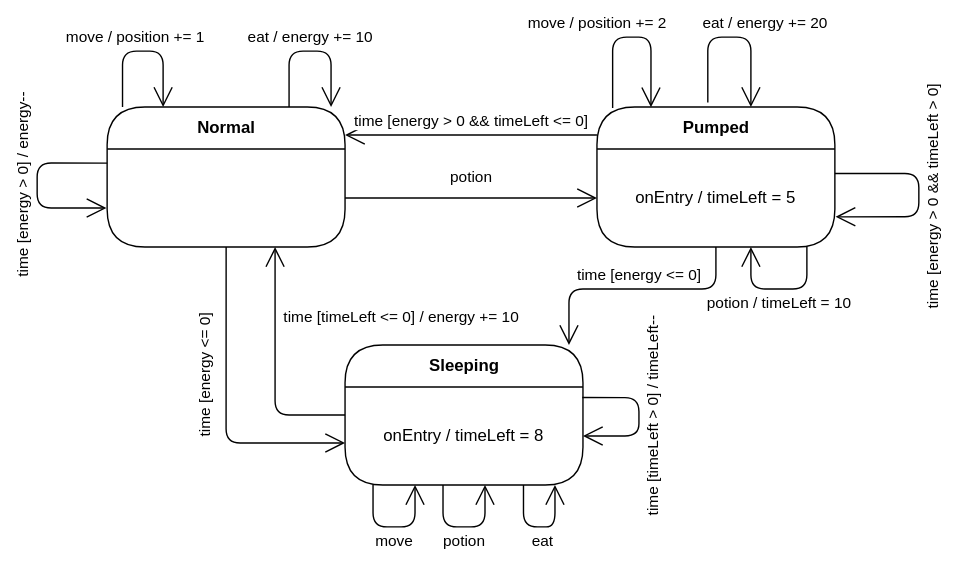
The draw.io diagram images/uml/state-state.svg in arestivo/designpatterns-hero, before a commit. Source tidied: cells renumbered, new cells last; positions are measured from the earlier drawing's top-left corner, leaving out a move shared by most shapes. Source of this version:
```xml
<mxGraphModel>
  <root>
    <mxCell id="0" />
    <mxCell id="1" parent="0" />
    <mxCell id="2" value="time [energy &amp;lt;= 0]" style="edgeStyle=orthogonalEdgeStyle;rounded=1;jettySize=auto;html=1;startSize=12;endArrow=open;endFill=0;endSize=12;horizontal=0;" parent="1" edge="1" target="15">
      <mxGeometry x="-0.18" y="-15" relative="1" as="geometry">
        <mxPoint x="135" y="150" as="sourcePoint" />
        <Array as="points">
          <mxPoint x="135" y="290" />
        </Array>
      </mxGeometry>
    </mxCell>
    <mxCell id="3" value="potion" style="edgeStyle=orthogonalEdgeStyle;rounded=1;jettySize=auto;html=1;startSize=12;endArrow=open;endFill=0;endSize=12;" parent="1" edge="1" target="8">
      <mxGeometry y="15" relative="1" as="geometry">
        <mxPoint x="220" y="115" as="sourcePoint" />
      </mxGeometry>
    </mxCell>
    <mxCell id="4" value="move / position += 1" style="edgeStyle=orthogonalEdgeStyle;rounded=1;orthogonalLoop=1;jettySize=auto;html=1;endArrow=open;endFill=0;endSize=12;startSize=12;" parent="1" edge="1" source="11" target="11">
      <mxGeometry x="-0.1" y="10" relative="1" as="geometry">
        <Array as="points">
          <mxPoint x="61" y="10" />
          <mxPoint x="90" y="10" />
        </Array>
      </mxGeometry>
    </mxCell>
    <mxCell id="5" value="eat / energy += 10" style="edgeStyle=orthogonalEdgeStyle;rounded=1;orthogonalLoop=1;jettySize=auto;html=1;endArrow=open;endFill=0;endSize=12;startSize=12;" parent="1" edge="1" source="11" target="11">
      <mxGeometry y="10" relative="1" as="geometry">
        <Array as="points">
          <mxPoint x="180" y="10" />
          <mxPoint x="210" y="10" />
        </Array>
      </mxGeometry>
    </mxCell>
    <mxCell id="6" value="time [energy &amp;gt; 0 &amp;amp;&amp;amp; timeLeft &amp;lt;= 0]" style="edgeStyle=orthogonalEdgeStyle;rounded=1;jettySize=auto;html=1;startSize=12;endArrow=open;endFill=0;endSize=12;" parent="1" edge="1" source="7" target="11">
      <mxGeometry y="-10" relative="1" as="geometry">
        <Array as="points">
          <mxPoint x="310" y="70" />
          <mxPoint x="310" y="70" />
        </Array>
      </mxGeometry>
    </mxCell>
    <mxCell id="7" value="Pumped" style="swimlane;html=1;fontStyle=1;align=center;verticalAlign=middle;horizontal=1;startSize=30;rounded=1;arcSize=30;swimlaneFillColor=none;" parent="1" vertex="1">
      <mxGeometry x="400" y="50" width="170" height="100" as="geometry" />
    </mxCell>
    <mxCell id="8" value="onEntry / timeLeft = 5" style="text;html=1;align=center;verticalAlign=middle;spacingLeft=4;spacingRight=4;whiteSpace=wrap;overflow=hidden;" parent="7" vertex="1">
      <mxGeometry y="30" width="170" height="70" as="geometry" />
    </mxCell>
    <mxCell id="9" value="time [energy &amp;gt; 0 &amp;amp;&amp;amp; timeLeft &amp;gt; 0]" style="edgeStyle=orthogonalEdgeStyle;rounded=1;orthogonalLoop=1;jettySize=auto;html=1;startSize=12;endArrow=open;endFill=0;endSize=12;horizontal=0;exitX=1;exitY=0.25;exitDx=0;exitDy=0;entryX=1.003;entryY=0.692;entryDx=0;entryDy=0;entryPerimeter=0;" parent="7" edge="1" source="8" target="8">
      <mxGeometry x="0.02" y="10" relative="1" as="geometry">
        <Array as="points">
          <mxPoint x="230" y="48" />
          <mxPoint x="230" y="78" />
          <mxPoint x="171" y="78" />
        </Array>
      </mxGeometry>
    </mxCell>
    <mxCell id="10" value="potion / timeLeft = 10" style="edgeStyle=orthogonalEdgeStyle;rounded=1;orthogonalLoop=1;jettySize=auto;html=1;startSize=12;endArrow=open;endFill=0;endSize=12;" parent="7" edge="1" source="8" target="8">
      <mxGeometry y="10" relative="1" as="geometry">
        <Array as="points">
          <mxPoint x="150" y="130" />
          <mxPoint x="110" y="130" />
        </Array>
      </mxGeometry>
    </mxCell>
    <mxCell id="11" value="Normal" style="swimlane;html=1;fontStyle=1;align=center;verticalAlign=middle;horizontal=1;startSize=30;rounded=1;arcSize=30;swimlaneFillColor=none;" parent="1" vertex="1">
      <mxGeometry x="50" y="50" width="170" height="100" as="geometry" />
    </mxCell>
    <mxCell id="12" value="time [energy &amp;gt; 0] / energy--" style="edgeStyle=orthogonalEdgeStyle;rounded=1;orthogonalLoop=1;jettySize=auto;html=1;startSize=12;endArrow=open;endFill=0;endSize=12;entryX=-0.003;entryY=0.602;entryDx=0;entryDy=0;horizontal=0;entryPerimeter=0;" parent="11" edge="1">
      <mxGeometry y="-10" relative="1" as="geometry">
        <mxPoint y="40" as="sourcePoint" />
        <mxPoint x="-0.5" y="72.1" as="targetPoint" />
        <Array as="points">
          <mxPoint x="-50" y="40" />
          <mxPoint x="-50" y="72" />
        </Array>
      </mxGeometry>
    </mxCell>
    <mxCell id="13" value="time [timeLeft &amp;lt;= 0] / energy += 10" style="edgeStyle=orthogonalEdgeStyle;rounded=1;jettySize=auto;html=1;startSize=12;endArrow=open;endFill=0;endSize=12;horizontal=1;" parent="1" edge="1" source="14">
      <mxGeometry x="-1" y="-81" relative="1" as="geometry">
        <mxPoint x="170" y="150" as="targetPoint" />
        <Array as="points">
          <mxPoint x="170" y="270" />
        </Array>
        <mxPoint x="40" y="11" as="offset" />
      </mxGeometry>
    </mxCell>
    <mxCell id="14" value="Sleeping" style="swimlane;html=1;fontStyle=1;align=center;verticalAlign=middle;horizontal=1;startSize=30;rounded=1;arcSize=30;swimlaneFillColor=none;" parent="1" vertex="1">
      <mxGeometry x="220" y="220" width="170" height="100" as="geometry" />
    </mxCell>
    <mxCell id="15" value="onEntry / timeLeft = 8" style="text;html=1;align=center;verticalAlign=middle;spacingLeft=4;spacingRight=4;whiteSpace=wrap;overflow=hidden;" parent="14" vertex="1">
      <mxGeometry y="30" width="170" height="70" as="geometry" />
    </mxCell>
    <mxCell id="16" value="move" style="edgeStyle=orthogonalEdgeStyle;rounded=1;orthogonalLoop=1;jettySize=auto;html=1;startSize=12;endArrow=open;endFill=0;endSize=12;" parent="14" edge="1" source="15" target="15">
      <mxGeometry y="-10" relative="1" as="geometry">
        <Array as="points">
          <mxPoint x="20" y="130" />
          <mxPoint x="50" y="130" />
        </Array>
      </mxGeometry>
    </mxCell>
    <mxCell id="17" value="potion" style="edgeStyle=orthogonalEdgeStyle;rounded=1;orthogonalLoop=1;jettySize=auto;html=1;startSize=12;endArrow=open;endFill=0;endSize=12;" parent="14" edge="1" source="15" target="15">
      <mxGeometry y="-10" relative="1" as="geometry">
        <Array as="points">
          <mxPoint x="70" y="130" />
          <mxPoint x="100" y="130" />
        </Array>
      </mxGeometry>
    </mxCell>
    <mxCell id="18" value="time [timeLeft &amp;gt; 0] / timeLeft--" style="edgeStyle=orthogonalEdgeStyle;rounded=1;orthogonalLoop=1;jettySize=auto;html=1;startSize=12;endArrow=open;endFill=0;endSize=12;horizontal=0;exitX=0.997;exitY=0.108;exitDx=0;exitDy=0;exitPerimeter=0;" parent="14" edge="1" source="15" target="15">
      <mxGeometry y="10" relative="1" as="geometry">
        <Array as="points">
          <mxPoint x="210" y="65" />
        </Array>
      </mxGeometry>
    </mxCell>
    <mxCell id="19" value="eat" style="edgeStyle=orthogonalEdgeStyle;rounded=1;jettySize=auto;html=1;exitX=0.75;exitY=1;exitDx=0;exitDy=0;startSize=12;endArrow=open;endFill=0;endSize=12;" parent="14" edge="1" source="15">
      <mxGeometry x="0.03" y="-10" relative="1" as="geometry">
        <mxPoint x="150" y="100" as="targetPoint" />
        <Array as="points">
          <mxPoint x="127" y="130" />
          <mxPoint x="150" y="130" />
        </Array>
      </mxGeometry>
    </mxCell>
    <mxCell id="20" value="time [energy &amp;lt;= 0]" style="edgeStyle=orthogonalEdgeStyle;rounded=1;jettySize=auto;html=1;startSize=12;endArrow=open;endFill=0;endSize=12;" parent="1" edge="1" source="8" target="14">
      <mxGeometry x="-0.03" y="-10" relative="1" as="geometry">
        <Array as="points">
          <mxPoint x="485" y="180" />
          <mxPoint x="380" y="180" />
        </Array>
      </mxGeometry>
    </mxCell>
    <mxCell id="21" value="move / position += 2" style="edgeStyle=orthogonalEdgeStyle;rounded=1;orthogonalLoop=1;jettySize=auto;html=1;startSize=12;endArrow=open;endFill=0;endSize=12;exitX=0.066;exitY=0.007;exitDx=0;exitDy=0;exitPerimeter=0;entryX=0.227;entryY=0.001;entryDx=0;entryDy=0;entryPerimeter=0;" parent="1" edge="1" source="7" target="7">
      <mxGeometry x="-0.21" y="15" relative="1" as="geometry">
        <Array as="points">
          <mxPoint x="411" />
          <mxPoint x="439" />
        </Array>
        <mxPoint x="-11" y="5" as="offset" />
      </mxGeometry>
    </mxCell>
    <mxCell id="22" value="eat / energy += 20" style="edgeStyle=orthogonalEdgeStyle;rounded=1;orthogonalLoop=1;jettySize=auto;html=1;startSize=12;endArrow=open;endFill=0;endSize=12;exitX=0.466;exitY=-0.033;exitDx=0;exitDy=0;exitPerimeter=0;" parent="1" edge="1" source="7" target="7">
      <mxGeometry x="0.22" y="14" relative="1" as="geometry">
        <Array as="points">
          <mxPoint x="479" />
          <mxPoint x="510" />
        </Array>
        <mxPoint x="-4" y="-10" as="offset" />
      </mxGeometry>
    </mxCell>
  </root>
</mxGraphModel>
```
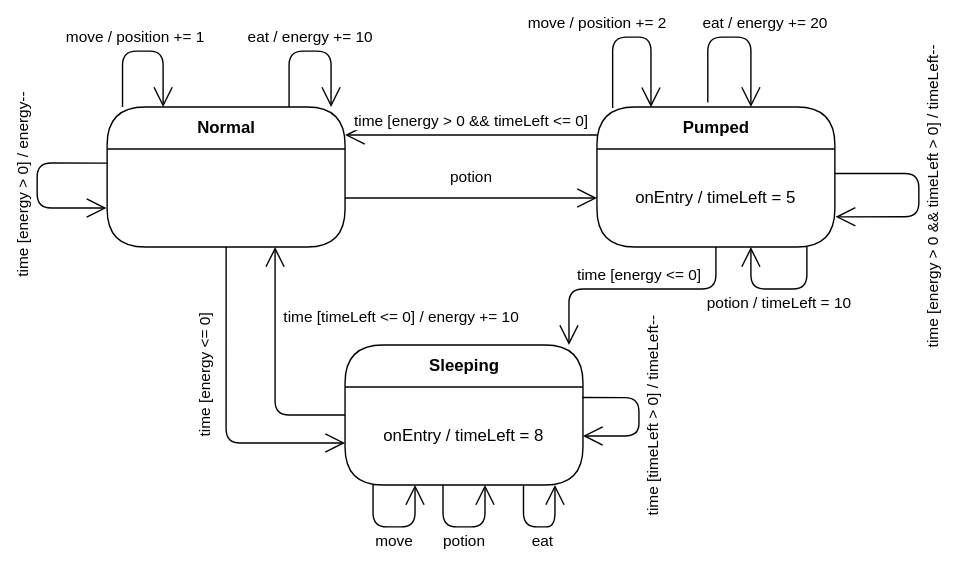
The same diagram one commit later.

Commit message:
Fixed state UML state diagram

The edit, as a diff of the source:
```diff
@@ -45,7 +45,7 @@
     <mxCell id="8" value="onEntry / timeLeft = 5" style="text;html=1;align=center;verticalAlign=middle;spacingLeft=4;spacingRight=4;whiteSpace=wrap;overflow=hidden;" parent="7" vertex="1">
       <mxGeometry y="30" width="170" height="70" as="geometry" />
     </mxCell>
-    <mxCell id="9" value="time [energy &amp;gt; 0 &amp;amp;&amp;amp; timeLeft &amp;gt; 0]" style="edgeStyle=orthogonalEdgeStyle;rounded=1;orthogonalLoop=1;jettySize=auto;html=1;startSize=12;endArrow=open;endFill=0;endSize=12;horizontal=0;exitX=1;exitY=0.25;exitDx=0;exitDy=0;entryX=1.003;entryY=0.692;entryDx=0;entryDy=0;entryPerimeter=0;" parent="7" edge="1" source="8" target="8">
+    <mxCell id="9" value="time [energy &amp;gt; 0 &amp;amp;&amp;amp; timeLeft &amp;gt; 0] / timeLeft--" style="edgeStyle=orthogonalEdgeStyle;rounded=1;orthogonalLoop=1;jettySize=auto;html=1;startSize=12;endArrow=open;endFill=0;endSize=12;horizontal=0;exitX=1;exitY=0.25;exitDx=0;exitDy=0;entryX=1.003;entryY=0.692;entryDx=0;entryDy=0;entryPerimeter=0;" parent="7" edge="1" source="8" target="8">
       <mxGeometry x="0.02" y="10" relative="1" as="geometry">
         <Array as="points">
           <mxPoint x="230" y="48" />
```
